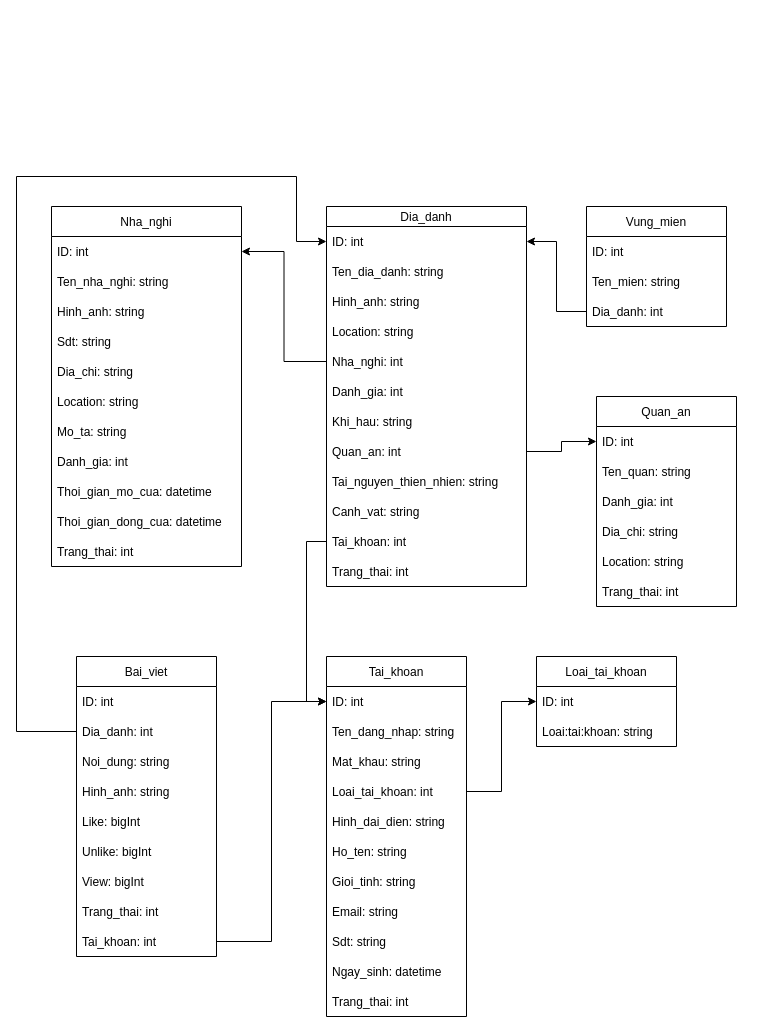
Earlier version of the draw.io diagram CSDL/CSDL.drawio (LocNguyenCompany/Du_lich_Viet_Nam). Source tidied: cells renumbered, new cells numbered last; positions are measured from the earlier drawing's top-left corner, leaving out a move shared by most shapes. Both pictures are drawn from the tidied source at 100%, with x=0, y=0 at pixel (16, 176).
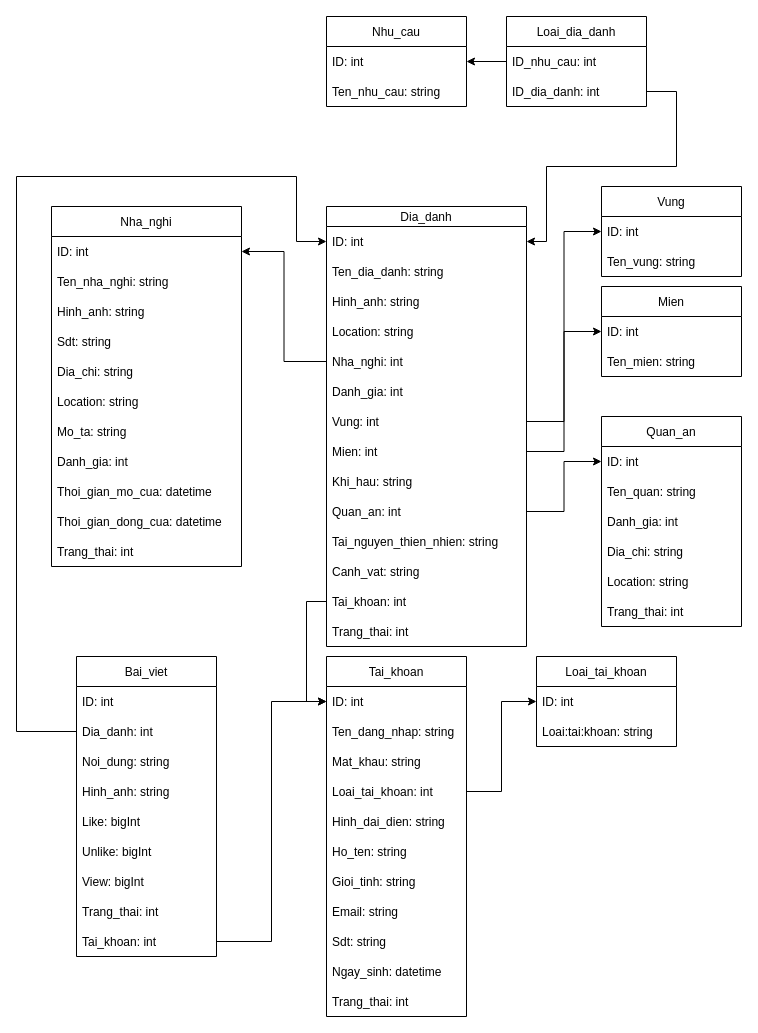
The same diagram, later.

Unchanged cells that the change refers to:
```xml
<mxCell id="3" value="ID: int" style="text;strokeColor=none;fillColor=none;align=left;verticalAlign=middle;spacingLeft=4;spacingRight=4;overflow=hidden;points=[[0,0.5],[1,0.5]];portConstraint=eastwest;" parent="2" vertex="1">
  <mxGeometry y="20" width="200" height="30" as="geometry" />
</mxCell>
<mxCell id="16" value="ID: int" style="text;strokeColor=none;fillColor=none;align=left;verticalAlign=middle;spacingLeft=4;spacingRight=4;overflow=hidden;points=[[0,0.5],[1,0.5]];portConstraint=eastwest;" parent="15" vertex="1">
  <mxGeometry y="30" width="140" height="30" as="geometry" />
</mxCell>
```

The edit, as a diff of the source:
```diff
@@
     <mxCell id="2" value="Dia_danh" style="swimlane;fontStyle=0;horizontal=1;startSize=20;" parent="1" vertex="1">
-      <mxGeometry x="310" y="30" width="200" height="380" as="geometry" />
+      <mxGeometry x="310" y="30" width="200" height="440" as="geometry" />
     </mxCell>
@@
+    <mxCell id="70" value="Vung: int" style="text;strokeColor=none;fillColor=none;align=left;verticalAlign=middle;spacingLeft=4;spacingRight=4;overflow=hidden;points=[[0,0.5],[1,0.5]];portConstraint=eastwest;" parent="2" vertex="1">
+      <mxGeometry y="200" width="200" height="30" as="geometry" />
+    </mxCell>
+    <mxCell id="71" value="Mien: int" style="text;strokeColor=none;fillColor=none;align=left;verticalAlign=middle;spacingLeft=4;spacingRight=4;overflow=hidden;points=[[0,0.5],[1,0.5]];portConstraint=eastwest;" parent="2" vertex="1">
+      <mxGeometry y="230" width="200" height="30" as="geometry" />
+    </mxCell>
     <mxCell id="9" value="Khi_hau: string" style="text;strokeColor=none;fillColor=none;align=left;verticalAlign=middle;spacingLeft=4;spacingRight=4;overflow=hidden;" parent="2" vertex="1">
-      <mxGeometry y="200" width="200" height="30" as="geometry" />
+      <mxGeometry y="260" width="200" height="30" as="geometry" />
     </mxCell>
     <mxCell id="10" value="Quan_an: int" style="text;strokeColor=none;fillColor=none;align=left;verticalAlign=middle;spacingLeft=4;spacingRight=4;overflow=hidden;points=[[0,0.5],[1,0.5]];portConstraint=eastwest;" parent="2" vertex="1">
-      <mxGeometry y="230" width="200" height="30" as="geometry" />
+      <mxGeometry y="290" width="200" height="30" as="geometry" />
     </mxCell>
     <mxCell id="11" value="Tai_nguyen_thien_nhien: string" style="text;strokeColor=none;fillColor=none;align=left;verticalAlign=middle;spacingLeft=4;spacingRight=4;overflow=hidden;" parent="2" vertex="1">
-      <mxGeometry y="260" width="200" height="30" as="geometry" />
+      <mxGeometry y="320" width="200" height="30" as="geometry" />
     </mxCell>
     <mxCell id="12" value="Canh_vat: string" style="text;strokeColor=none;fillColor=none;align=left;verticalAlign=middle;spacingLeft=4;spacingRight=4;overflow=hidden;" parent="2" vertex="1">
-      <mxGeometry y="290" width="200" height="30" as="geometry" />
+      <mxGeometry y="350" width="200" height="30" as="geometry" />
     </mxCell>
     <mxCell id="13" value="Tai_khoan: int" style="text;strokeColor=none;fillColor=none;align=left;verticalAlign=middle;spacingLeft=4;spacingRight=4;overflow=hidden;points=[[0,0.5],[1,0.5]];portConstraint=eastwest;" parent="2" vertex="1">
-      <mxGeometry y="320" width="200" height="30" as="geometry" />
+      <mxGeometry y="380" width="200" height="30" as="geometry" />
     </mxCell>
     <mxCell id="14" value="Trang_thai: int" style="text;strokeColor=none;fillColor=none;align=left;verticalAlign=middle;spacingLeft=4;spacingRight=4;overflow=hidden;" parent="2" vertex="1">
-      <mxGeometry y="350" width="200" height="30" as="geometry" />
+      <mxGeometry y="410" width="200" height="30" as="geometry" />
     </mxCell>
-    <mxCell id="15" value="Vung_mien" style="swimlane;fontStyle=0;horizontal=1;startSize=30;" parent="1" vertex="1">
-      <mxGeometry x="570" y="30" width="140" height="120" as="geometry" />
+    <mxCell id="15" value="Vung" style="swimlane;fontStyle=0;horizontal=1;startSize=30;" parent="1" vertex="1">
+      <mxGeometry x="585" y="10" width="140" height="90" as="geometry" />
     </mxCell>
@@
-    <mxCell id="17" value="Ten_mien: string" style="text;strokeColor=none;fillColor=none;align=left;verticalAlign=middle;spacingLeft=4;spacingRight=4;overflow=hidden;" parent="15" vertex="1">
+    <mxCell id="17" value="Ten_vung: string" style="text;strokeColor=none;fillColor=none;align=left;verticalAlign=middle;spacingLeft=4;spacingRight=4;overflow=hidden;" parent="15" vertex="1">
       <mxGeometry y="60" width="140" height="30" as="geometry" />
     </mxCell>
-    <mxCell id="18" value="Dia_danh: int" style="text;strokeColor=none;fillColor=none;align=left;verticalAlign=middle;spacingLeft=4;spacingRight=4;overflow=hidden;points=[[0,0.5],[1,0.5]];portConstraint=eastwest;" parent="15" vertex="1">
-      <mxGeometry y="90" width="140" height="30" as="geometry" />
-    </mxCell>
     <mxCell id="19" value="Quan_an" style="swimlane;fontStyle=0;horizontal=1;startSize=30;" parent="1" vertex="1">
-      <mxGeometry x="580" y="220" width="140" height="210" as="geometry" />
+      <mxGeometry x="585" y="240" width="140" height="210" as="geometry" />
     </mxCell>
@@
-    <mxCell id="69" style="edgeStyle=orthogonalEdgeStyle;rounded=0;jettySize=auto;html=1;" parent="1" edge="1" source="18" target="3">
-      <mxGeometry relative="1" as="geometry" />
-    </mxCell>
+    <mxCell id="72" style="edgeStyle=orthogonalEdgeStyle;rounded=0;jettySize=auto;html=1;" parent="1" edge="1" source="70" target="16">
+      <mxGeometry relative="1" as="geometry" />
+    </mxCell>
+    <mxCell id="73" value="Mien" style="swimlane;fontStyle=0;horizontal=1;startSize=30;" parent="1" vertex="1">
+      <mxGeometry x="585" y="110" width="140" height="90" as="geometry" />
+    </mxCell>
+    <mxCell id="74" value="ID: int" style="text;strokeColor=none;fillColor=none;align=left;verticalAlign=middle;spacingLeft=4;spacingRight=4;overflow=hidden;points=[[0,0.5],[1,0.5]];portConstraint=eastwest;" parent="73" vertex="1">
+      <mxGeometry y="30" width="140" height="30" as="geometry" />
+    </mxCell>
+    <mxCell id="75" value="Ten_mien: string" style="text;strokeColor=none;fillColor=none;align=left;verticalAlign=middle;spacingLeft=4;spacingRight=4;overflow=hidden;" parent="73" vertex="1">
+      <mxGeometry y="60" width="140" height="30" as="geometry" />
+    </mxCell>
+    <mxCell id="76" style="edgeStyle=orthogonalEdgeStyle;rounded=0;jettySize=auto;html=1;" parent="1" edge="1" source="71" target="74">
+      <mxGeometry relative="1" as="geometry" />
+    </mxCell>
+    <mxCell id="77" value="Nhu_cau" style="swimlane;fontStyle=0;horizontal=1;startSize=30;" parent="1" vertex="1">
+      <mxGeometry x="310" y="-160" width="140" height="90" as="geometry" />
+    </mxCell>
+    <mxCell id="78" value="ID: int" style="text;strokeColor=none;fillColor=none;align=left;verticalAlign=middle;spacingLeft=4;spacingRight=4;overflow=hidden;points=[[0,0.5],[1,0.5]];portConstraint=eastwest;" parent="77" vertex="1">
+      <mxGeometry y="30" width="140" height="30" as="geometry" />
+    </mxCell>
+    <mxCell id="79" value="Ten_nhu_cau: string" style="text;strokeColor=none;fillColor=none;align=left;verticalAlign=middle;spacingLeft=4;spacingRight=4;overflow=hidden;" parent="77" vertex="1">
+      <mxGeometry y="60" width="140" height="30" as="geometry" />
+    </mxCell>
+    <mxCell id="80" value="Loai_dia_danh" style="swimlane;fontStyle=0;horizontal=1;startSize=30;" parent="1" vertex="1">
+      <mxGeometry x="490" y="-160" width="140" height="90" as="geometry" />
+    </mxCell>
+    <mxCell id="81" value="ID_nhu_cau: int" style="text;strokeColor=none;fillColor=none;align=left;verticalAlign=middle;spacingLeft=4;spacingRight=4;overflow=hidden;points=[[0,0.5],[1,0.5]];portConstraint=eastwest;" parent="80" vertex="1">
+      <mxGeometry y="30" width="140" height="30" as="geometry" />
+    </mxCell>
+    <mxCell id="82" value="ID_dia_danh: int" style="text;strokeColor=none;fillColor=none;align=left;verticalAlign=middle;spacingLeft=4;spacingRight=4;overflow=hidden;points=[[0,0.5],[1,0.5]];portConstraint=eastwest;" parent="80" vertex="1">
+      <mxGeometry y="60" width="140" height="30" as="geometry" />
+    </mxCell>
+    <mxCell id="83" style="edgeStyle=orthogonalEdgeStyle;rounded=0;jettySize=auto;html=1;" parent="1" edge="1" source="81" target="78">
+      <mxGeometry relative="1" as="geometry" />
+    </mxCell>
+    <mxCell id="84" style="edgeStyle=orthogonalEdgeStyle;rounded=0;jettySize=auto;html=1;" parent="1" edge="1" source="82" target="3">
+      <mxGeometry relative="1" as="geometry">
+        <Array as="points">
+          <mxPoint x="660" y="-85" />
+          <mxPoint x="660" y="-10" />
+          <mxPoint x="530" y="-10" />
+          <mxPoint x="530" y="65" />
+        </Array>
+      </mxGeometry>
+    </mxCell>
```
